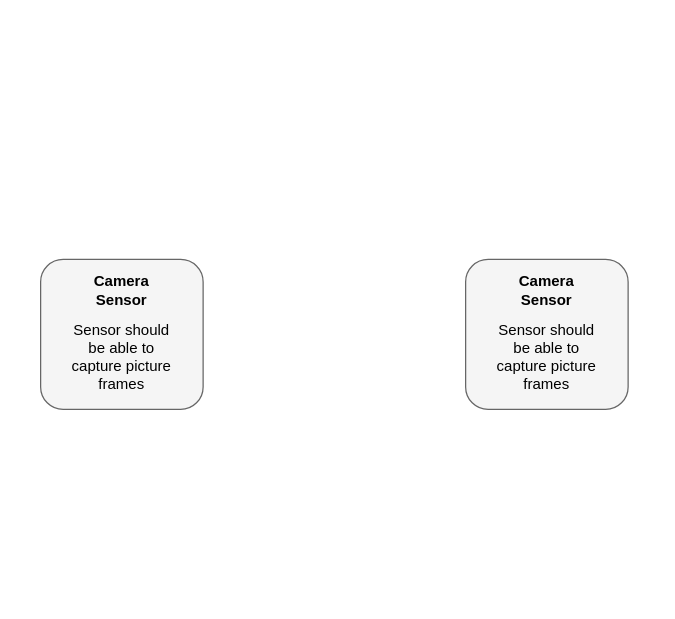
This is Untitled Diagram.drawio from Datatil/Udacity-datasets, a draw.io file, before an edit. Source tidied: cells renumbered, new cells numbered last; positions are measured from the earlier drawing's top-left corner, leaving out a move shared by most shapes. Both pictures are drawn from the tidied source at 125%, with x=0, y=0 at pixel (40, 259).
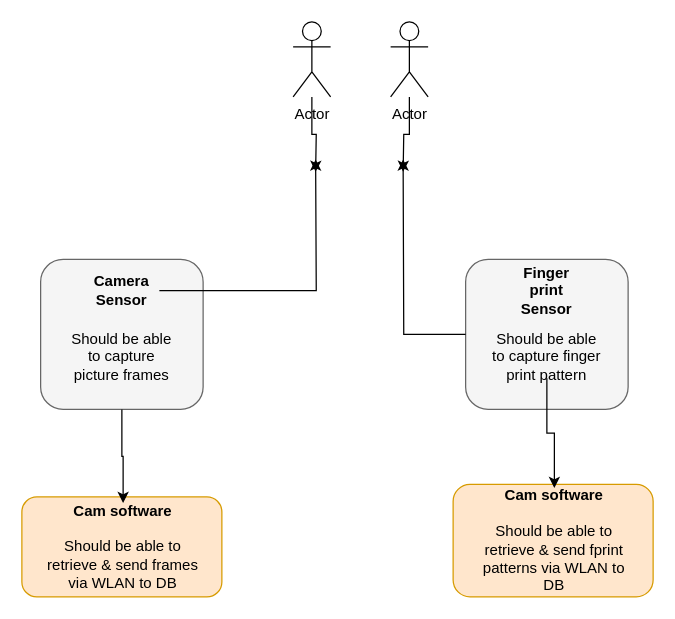
The same diagram, later.

Unchanged cells that the change refers to:
```xml
<mxCell id="2" style="group;" parent="1" vertex="1">
  <mxGeometry width="130" height="120" as="geometry" />
</mxCell>
<mxCell id="3" style="rounded=1;whiteSpace=wrap;html=1;fillColor=#f5f5f5;fontColor=#333333;strokeColor=#666666;" parent="2" vertex="1">
  <mxGeometry width="130" height="120" as="geometry" />
</mxCell>
<mxCell id="4" value="&lt;b&gt;Camera Sensor&lt;/b&gt;" style="text;html=1;strokeColor=none;fillColor=none;align=center;verticalAlign=middle;whiteSpace=wrap;rounded=0;" parent="2" vertex="1">
  <mxGeometry x="35" y="10" width="60" height="30" as="geometry" />
</mxCell>
<mxCell id="6" style="group;" parent="1" vertex="1">
  <mxGeometry x="340" width="130" height="120" as="geometry" />
</mxCell>
<mxCell id="7" style="rounded=1;whiteSpace=wrap;html=1;fillColor=#f5f5f5;fontColor=#333333;strokeColor=#666666;" parent="6" vertex="1">
  <mxGeometry width="130" height="120" as="geometry" />
</mxCell>
```

Change to the diagram source:
```diff
@@
-    <mxCell id="5" value="Sensor should be able to capture picture frames" style="text;html=1;strokeColor=none;fillColor=none;align=center;verticalAlign=middle;whiteSpace=wrap;rounded=0;" parent="2" vertex="1">
+    <mxCell id="5" value="Should be able to capture picture frames" style="text;html=1;strokeColor=none;fillColor=none;align=center;verticalAlign=middle;whiteSpace=wrap;rounded=0;" parent="2" vertex="1">
       <mxGeometry x="20" y="60" width="90" height="35" as="geometry" />
     </mxCell>
@@
-    <mxCell id="8" value="&lt;b&gt;Camera Sensor&lt;/b&gt;" style="text;html=1;strokeColor=none;fillColor=none;align=center;verticalAlign=middle;whiteSpace=wrap;rounded=0;" parent="6" vertex="1">
+    <mxCell id="8" value="&lt;b&gt;Finger print Sensor&lt;/b&gt;" style="text;html=1;strokeColor=none;fillColor=none;align=center;verticalAlign=middle;whiteSpace=wrap;rounded=0;" parent="6" vertex="1">
       <mxGeometry x="35" y="10" width="60" height="30" as="geometry" />
     </mxCell>
-    <mxCell id="9" value="Sensor should be able to capture picture frames" style="text;html=1;strokeColor=none;fillColor=none;align=center;verticalAlign=middle;whiteSpace=wrap;rounded=0;" parent="6" vertex="1">
+    <mxCell id="9" value="Should be able to capture finger print pattern" style="text;html=1;strokeColor=none;fillColor=none;align=center;verticalAlign=middle;whiteSpace=wrap;rounded=0;" parent="6" vertex="1">
       <mxGeometry x="20" y="60" width="90" height="35" as="geometry" />
     </mxCell>
+    <mxCell id="10" style="group;" parent="1" vertex="1">
+      <mxGeometry x="-15" y="190" width="160" height="80" as="geometry" />
+    </mxCell>
+    <mxCell id="11" style="rounded=1;whiteSpace=wrap;html=1;fillColor=#ffe6cc;strokeColor=#d79b00;" parent="10" vertex="1">
+      <mxGeometry width="160" height="80" as="geometry" />
+    </mxCell>
+    <mxCell id="12" value="&lt;b&gt;Cam software&lt;/b&gt;&lt;br&gt;&lt;br&gt;Should be able to retrieve &amp;amp; send frames via WLAN&lt;b&gt;&amp;nbsp;&lt;/b&gt;to DB" style="text;html=1;strokeColor=none;fillColor=none;align=center;verticalAlign=middle;whiteSpace=wrap;rounded=0;" parent="10" vertex="1">
+      <mxGeometry x="16" y="5" width="130" height="70" as="geometry" />
+    </mxCell>
+    <mxCell id="13" style="group;" parent="1" vertex="1">
+      <mxGeometry x="330" y="180" width="160" height="90" as="geometry" />
+    </mxCell>
+    <mxCell id="14" style="rounded=1;whiteSpace=wrap;html=1;fillColor=#ffe6cc;strokeColor=#d79b00;" parent="13" vertex="1">
+      <mxGeometry width="160" height="90" as="geometry" />
+    </mxCell>
+    <mxCell id="15" value="&lt;b&gt;Cam software&lt;/b&gt;&lt;br&gt;&lt;br&gt;Should be able to retrieve &amp;amp; send fprint patterns via WLAN&lt;b&gt;&amp;nbsp;&lt;/b&gt;to DB" style="text;html=1;strokeColor=none;fillColor=none;align=center;verticalAlign=middle;whiteSpace=wrap;rounded=0;" parent="13" vertex="1">
+      <mxGeometry x="16" y="3" width="130" height="84.4" as="geometry" />
+    </mxCell>
+    <mxCell id="16" style="edgeStyle=orthogonalEdgeStyle;rounded=0;jettySize=auto;html=1;entryX=0.5;entryY=0;entryDx=0;entryDy=0;" parent="1" edge="1" source="9" target="15">
+      <mxGeometry relative="1" as="geometry" />
+    </mxCell>
+    <mxCell id="17" style="edgeStyle=orthogonalEdgeStyle;rounded=0;jettySize=auto;html=1;entryX=0.5;entryY=0;entryDx=0;entryDy=0;" parent="1" edge="1" source="3" target="12">
+      <mxGeometry relative="1" as="geometry" />
+    </mxCell>
+    <mxCell id="18" style="edgeStyle=orthogonalEdgeStyle;rounded=0;jettySize=auto;html=1;" parent="1" edge="1" source="4">
+      <mxGeometry relative="1" as="geometry">
+        <mxPoint x="220" y="-80" as="targetPoint" />
+      </mxGeometry>
+    </mxCell>
+    <mxCell id="19" style="edgeStyle=orthogonalEdgeStyle;rounded=0;jettySize=auto;html=1;" parent="1" edge="1" source="7">
+      <mxGeometry relative="1" as="geometry">
+        <mxPoint x="290" y="-80" as="targetPoint" />
+      </mxGeometry>
+    </mxCell>
+    <mxCell id="20" style="edgeStyle=orthogonalEdgeStyle;rounded=0;jettySize=auto;html=1;" parent="1" edge="1" source="21">
+      <mxGeometry relative="1" as="geometry">
+        <mxPoint x="220" y="-70" as="targetPoint" />
+      </mxGeometry>
+    </mxCell>
+    <mxCell id="21" value="Actor" style="shape=umlActor;verticalLabelPosition=bottom;verticalAlign=top;html=1;outlineConnect=0;" parent="1" vertex="1">
+      <mxGeometry x="202" y="-190" width="30" height="60" as="geometry" />
+    </mxCell>
+    <mxCell id="22" style="edgeStyle=orthogonalEdgeStyle;rounded=0;jettySize=auto;html=1;" parent="1" edge="1" source="23">
+      <mxGeometry relative="1" as="geometry">
+        <mxPoint x="290" y="-70" as="targetPoint" />
+      </mxGeometry>
+    </mxCell>
+    <mxCell id="23" value="Actor" style="shape=umlActor;verticalLabelPosition=bottom;verticalAlign=top;html=1;outlineConnect=0;" parent="1" vertex="1">
+      <mxGeometry x="280" y="-190" width="30" height="60" as="geometry" />
+    </mxCell>
```
